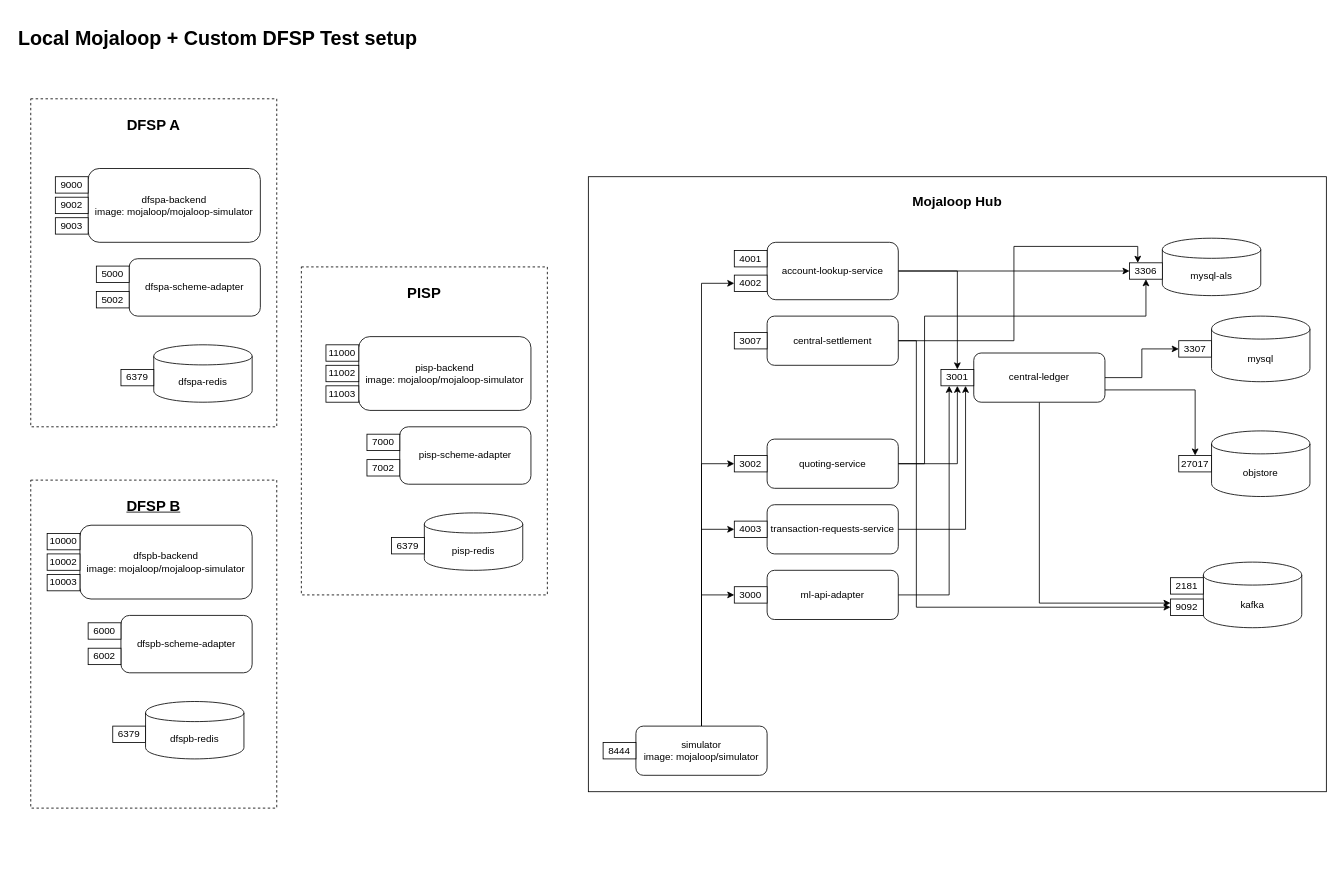
Before: docker-local/components_layout.drawio in mojaloop/pisp-project, a draw.io diagram. Source tidied: cells renumbered, new cells numbered last; positions are measured from the earlier drawing's top-left corner, leaving out a move shared by most shapes. Both pictures are drawn from the tidied source at 82%, with x=0, y=0 at pixel (14, 22).
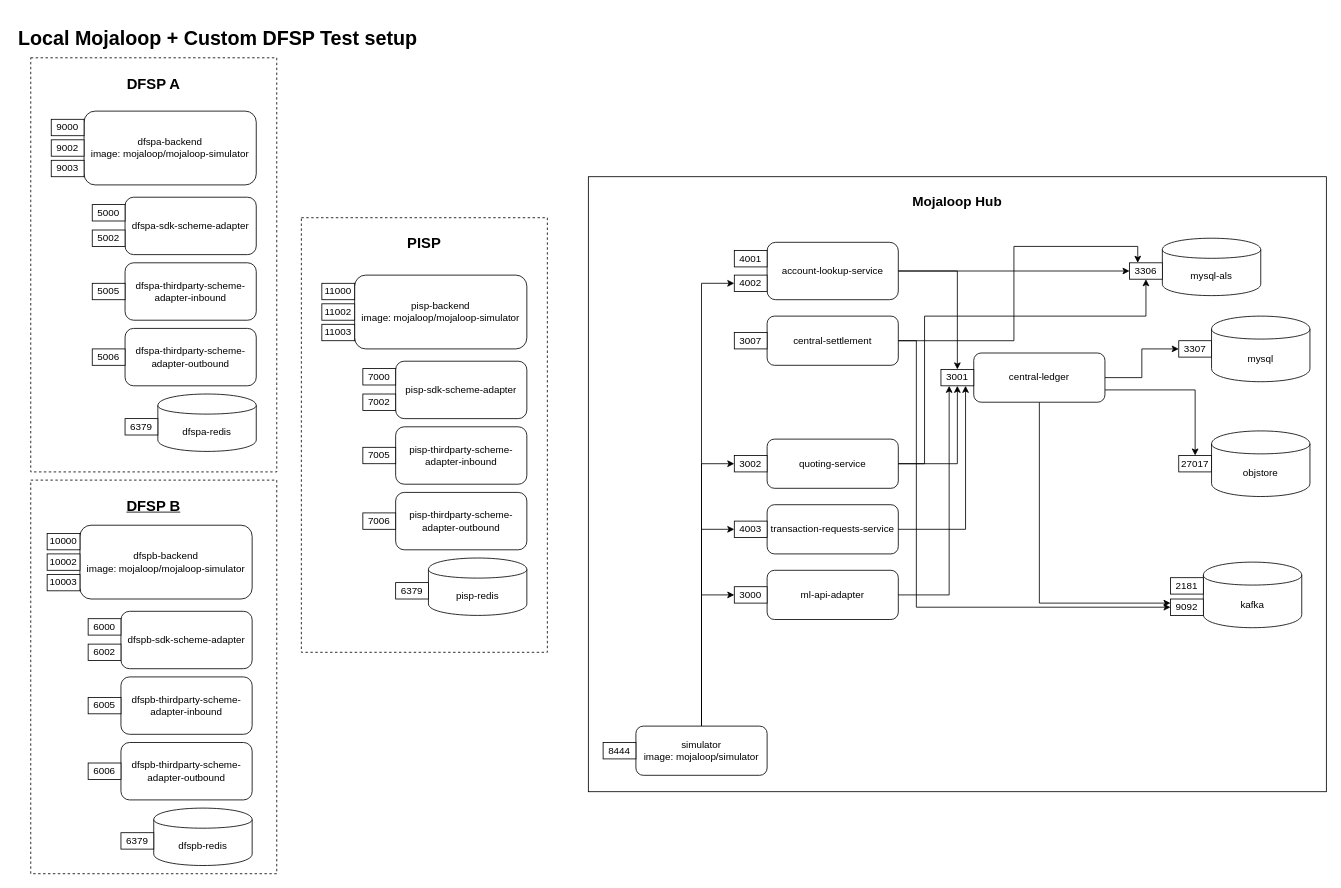
The same diagram, later.

Commit message (it also covers changes not shown here):
chore: add thirdparty scheme adapters to docker local

Change to the diagram source:
```diff
@@
     <mxCell id="35" style="group;" parent="1" vertex="1">
-      <mxGeometry x="20" y="93" width="300" height="400" as="geometry" />
+      <mxGeometry x="20" y="93" width="300" height="455" as="geometry" />
     </mxCell>
     <mxCell id="36" value="&lt;h2&gt;DFSP A&lt;/h2&gt;" style="rounded=0;whiteSpace=wrap;html=1;verticalAlign=top;dashed=1;" parent="35" vertex="1">
-      <mxGeometry width="300" height="400" as="geometry" />
+      <mxGeometry y="-50" width="300" height="505" as="geometry" />
     </mxCell>
-    <mxCell id="37" style="group;" parent="35" vertex="1">
-      <mxGeometry x="110" y="300" width="160" height="70" as="geometry" />
-    </mxCell>
+    <mxCell id="93" style="group;" parent="35" vertex="1">
+      <mxGeometry x="115" y="360" width="160" height="70" as="geometry" />
+    </mxCell>
-    <mxCell id="38" value="dfspa-redis" style="shape=cylinder;whiteSpace=wrap;html=1;boundedLbl=1;backgroundOutline=1;rounded=0;align=center;" parent="37" vertex="1">
+    <mxCell id="38" value="dfspa-redis" style="shape=cylinder;whiteSpace=wrap;html=1;boundedLbl=1;backgroundOutline=1;rounded=0;align=center;" parent="93" vertex="1">
       <mxGeometry x="40" width="120" height="70" as="geometry" />
     </mxCell>
-    <mxCell id="39" value="6379" style="rounded=0;whiteSpace=wrap;html=1;align=center;" parent="37" vertex="1">
-      <mxGeometry y="30" width="40" height="20" as="geometry" />
-    </mxCell>
-    <mxCell id="40" style="group;" parent="35" vertex="1">
-      <mxGeometry x="80" y="195" width="200" height="70" as="geometry" />
-    </mxCell>
-    <mxCell id="41" value="dfspa-scheme-adapter" style="rounded=1;whiteSpace=wrap;html=1;align=center;fontStyle=0;" parent="40" vertex="1">
-      <mxGeometry x="40" width="160" height="70" as="geometry" />
-    </mxCell>
+    <mxCell id="94" value="6379" style="rounded=0;whiteSpace=wrap;html=1;align=center;" parent="93" vertex="1">
+      <mxGeometry y="30" width="40" height="20" as="geometry" />
+    </mxCell>
+    <mxCell id="95" style="group;" parent="35" vertex="1">
+      <mxGeometry x="75" y="120" width="200" height="70" as="geometry" />
+    </mxCell>
+    <mxCell id="96" value="dfspa-sdk-scheme-adapter" style="rounded=1;whiteSpace=wrap;html=1;align=center;fontStyle=0;" parent="95" vertex="1">
+      <mxGeometry x="40" width="160" height="70" as="geometry" />
+    </mxCell>
-    <mxCell id="42" value="5000" style="rounded=0;whiteSpace=wrap;html=1;align=center;" parent="40" vertex="1">
+    <mxCell id="42" value="5000" style="rounded=0;whiteSpace=wrap;html=1;align=center;" parent="95" vertex="1">
       <mxGeometry y="9" width="40" height="20" as="geometry" />
     </mxCell>
-    <mxCell id="43" value="5002" style="rounded=0;whiteSpace=wrap;html=1;align=center;" parent="40" vertex="1">
+    <mxCell id="43" value="5002" style="rounded=0;whiteSpace=wrap;html=1;align=center;" parent="95" vertex="1">
       <mxGeometry y="40" width="40" height="20" as="geometry" />
     </mxCell>
     <mxCell id="44" value="dfspa-backend&lt;br&gt;image: mojaloop/mojaloop-simulator" style="rounded=1;whiteSpace=wrap;html=1;align=center;" parent="35" vertex="1">
-      <mxGeometry x="70" y="85" width="210" height="90" as="geometry" />
+      <mxGeometry x="65" y="15" width="210" height="90" as="geometry" />
     </mxCell>
     <mxCell id="45" value="9000" style="rounded=0;whiteSpace=wrap;html=1;align=center;" parent="35" vertex="1">
-      <mxGeometry x="30" y="95" width="40" height="20" as="geometry" />
+      <mxGeometry x="25" y="25" width="40" height="20" as="geometry" />
     </mxCell>
     <mxCell id="46" value="9002" style="rounded=0;whiteSpace=wrap;html=1;align=center;" parent="35" vertex="1">
-      <mxGeometry x="30" y="120" width="40" height="20" as="geometry" />
+      <mxGeometry x="25" y="50" width="40" height="20" as="geometry" />
     </mxCell>
     <mxCell id="47" value="9003" style="rounded=0;whiteSpace=wrap;html=1;align=center;" parent="35" vertex="1">
-      <mxGeometry x="30" y="145" width="40" height="20" as="geometry" />
+      <mxGeometry x="25" y="75" width="40" height="20" as="geometry" />
     </mxCell>
+    <mxCell id="97" style="group;" parent="35" vertex="1">
+      <mxGeometry x="75" y="200" width="200" height="70" as="geometry" />
+    </mxCell>
+    <mxCell id="98" value="dfspa-thirdparty-scheme-adapter-inbound" style="rounded=1;whiteSpace=wrap;html=1;align=center;fontStyle=0;" parent="97" vertex="1">
+      <mxGeometry x="40" width="160" height="70" as="geometry" />
+    </mxCell>
+    <mxCell id="99" value="5005" style="rounded=0;whiteSpace=wrap;html=1;align=center;" parent="97" vertex="1">
+      <mxGeometry y="25" width="40" height="20" as="geometry" />
+    </mxCell>
+    <mxCell id="100" style="group;" parent="35" vertex="1">
+      <mxGeometry x="75" y="280" width="200" height="70" as="geometry" />
+    </mxCell>
+    <mxCell id="101" value="dfspa-thirdparty-scheme-adapter-outbound" style="rounded=1;whiteSpace=wrap;html=1;align=center;fontStyle=0;" parent="100" vertex="1">
+      <mxGeometry x="40" width="160" height="70" as="geometry" />
+    </mxCell>
+    <mxCell id="102" value="5006" style="rounded=0;whiteSpace=wrap;html=1;align=center;" parent="100" vertex="1">
+      <mxGeometry y="25" width="40" height="20" as="geometry" />
+    </mxCell>
     <mxCell id="48" value="&lt;h2&gt;DFSP B&lt;/h2&gt;" style="rounded=0;whiteSpace=wrap;html=1;verticalAlign=top;dashed=1;fontStyle=4;" parent="1" vertex="1">
-      <mxGeometry x="20" y="558" width="300" height="400" as="geometry" />
+      <mxGeometry x="20" y="558" width="300" height="480" as="geometry" />
     </mxCell>
     <mxCell id="49" style="group;" parent="1" vertex="1">
-      <mxGeometry x="120" y="828" width="160" height="70" as="geometry" />
+      <mxGeometry x="130" y="958" width="160" height="70" as="geometry" />
     </mxCell>
@@
     <mxCell id="52" style="group;" parent="1" vertex="1">
-      <mxGeometry x="90" y="723" width="200" height="70" as="geometry" />
+      <mxGeometry x="90" y="718" width="200" height="70" as="geometry" />
     </mxCell>
-    <mxCell id="53" value="dfspb-scheme-adapter" style="rounded=1;whiteSpace=wrap;html=1;align=center;fontStyle=0;" parent="52" vertex="1">
+    <mxCell id="53" value="dfspb-sdk-scheme-adapter" style="rounded=1;whiteSpace=wrap;html=1;align=center;fontStyle=0;" parent="52" vertex="1">
       <mxGeometry x="40" width="160" height="70" as="geometry" />
     </mxCell>
@@
     <mxCell id="65" style="group;" parent="1" vertex="1">
-      <mxGeometry x="350" y="298" width="300" height="400" as="geometry" />
+      <mxGeometry x="350" y="238" width="300" height="530" as="geometry" />
     </mxCell>
     <mxCell id="66" value="&lt;h2&gt;PISP&lt;/h2&gt;" style="rounded=0;whiteSpace=wrap;html=1;verticalAlign=top;dashed=1;" parent="65" vertex="1">
-      <mxGeometry width="300" height="400" as="geometry" />
+      <mxGeometry width="300" height="530" as="geometry" />
     </mxCell>
-    <mxCell id="67" style="group;" parent="65" vertex="1">
-      <mxGeometry x="110" y="300" width="160" height="70" as="geometry" />
-    </mxCell>
+    <mxCell id="103" style="group;" parent="65" vertex="1">
+      <mxGeometry x="115" y="415" width="160" height="70" as="geometry" />
+    </mxCell>
-    <mxCell id="68" value="pisp-redis" style="shape=cylinder;whiteSpace=wrap;html=1;boundedLbl=1;backgroundOutline=1;rounded=0;align=center;" parent="67" vertex="1">
+    <mxCell id="68" value="pisp-redis" style="shape=cylinder;whiteSpace=wrap;html=1;boundedLbl=1;backgroundOutline=1;rounded=0;align=center;" parent="103" vertex="1">
       <mxGeometry x="40" width="120" height="70" as="geometry" />
     </mxCell>
-    <mxCell id="69" value="6379" style="rounded=0;whiteSpace=wrap;html=1;align=center;" parent="67" vertex="1">
-      <mxGeometry y="30" width="40" height="20" as="geometry" />
-    </mxCell>
-    <mxCell id="70" style="group;" parent="65" vertex="1">
-      <mxGeometry x="80" y="195" width="200" height="70" as="geometry" />
-    </mxCell>
-    <mxCell id="71" value="pisp-scheme-adapter" style="rounded=1;whiteSpace=wrap;html=1;align=center;fontStyle=0;" parent="70" vertex="1">
-      <mxGeometry x="40" width="160" height="70" as="geometry" />
-    </mxCell>
+    <mxCell id="104" value="6379" style="rounded=0;whiteSpace=wrap;html=1;align=center;" parent="103" vertex="1">
+      <mxGeometry y="30" width="40" height="20" as="geometry" />
+    </mxCell>
+    <mxCell id="105" style="group;" parent="65" vertex="1">
+      <mxGeometry x="75" y="175" width="200" height="70" as="geometry" />
+    </mxCell>
+    <mxCell id="106" value="pisp-sdk-scheme-adapter" style="rounded=1;whiteSpace=wrap;html=1;align=center;fontStyle=0;" parent="105" vertex="1">
+      <mxGeometry x="40" width="160" height="70" as="geometry" />
+    </mxCell>
-    <mxCell id="72" value="7000" style="rounded=0;whiteSpace=wrap;html=1;align=center;" parent="70" vertex="1">
+    <mxCell id="72" value="7000" style="rounded=0;whiteSpace=wrap;html=1;align=center;" parent="105" vertex="1">
       <mxGeometry y="9" width="40" height="20" as="geometry" />
     </mxCell>
-    <mxCell id="73" value="7002" style="rounded=0;whiteSpace=wrap;html=1;align=center;" parent="70" vertex="1">
+    <mxCell id="73" value="7002" style="rounded=0;whiteSpace=wrap;html=1;align=center;" parent="105" vertex="1">
       <mxGeometry y="40" width="40" height="20" as="geometry" />
     </mxCell>
     <mxCell id="74" value="pisp-backend&lt;br&gt;image: mojaloop/mojaloop-simulator" style="rounded=1;whiteSpace=wrap;html=1;align=center;" parent="65" vertex="1">
-      <mxGeometry x="70" y="85" width="210" height="90" as="geometry" />
+      <mxGeometry x="65" y="70" width="210" height="90" as="geometry" />
     </mxCell>
     <mxCell id="75" value="11000" style="rounded=0;whiteSpace=wrap;html=1;align=center;" parent="65" vertex="1">
-      <mxGeometry x="30" y="95" width="40" height="20" as="geometry" />
+      <mxGeometry x="25" y="80" width="40" height="20" as="geometry" />
     </mxCell>
     <mxCell id="76" value="11002" style="rounded=0;whiteSpace=wrap;html=1;align=center;" parent="65" vertex="1">
-      <mxGeometry x="30" y="120" width="40" height="20" as="geometry" />
+      <mxGeometry x="25" y="105" width="40" height="20" as="geometry" />
     </mxCell>
     <mxCell id="77" value="11003" style="rounded=0;whiteSpace=wrap;html=1;align=center;" parent="65" vertex="1">
-      <mxGeometry x="30" y="145" width="40" height="20" as="geometry" />
+      <mxGeometry x="25" y="130" width="40" height="20" as="geometry" />
     </mxCell>
+    <mxCell id="107" style="group;" parent="65" vertex="1">
+      <mxGeometry x="75" y="255" width="200" height="70" as="geometry" />
+    </mxCell>
+    <mxCell id="108" value="pisp-thirdparty-scheme-adapter-inbound" style="rounded=1;whiteSpace=wrap;html=1;align=center;fontStyle=0;" parent="107" vertex="1">
+      <mxGeometry x="40" width="160" height="70" as="geometry" />
+    </mxCell>
+    <mxCell id="109" value="7005" style="rounded=0;whiteSpace=wrap;html=1;align=center;" parent="107" vertex="1">
+      <mxGeometry y="25" width="40" height="20" as="geometry" />
+    </mxCell>
+    <mxCell id="110" style="group;" parent="65" vertex="1">
+      <mxGeometry x="75" y="335" width="200" height="70" as="geometry" />
+    </mxCell>
+    <mxCell id="111" value="pisp-thirdparty-scheme-adapter-outbound" style="rounded=1;whiteSpace=wrap;html=1;align=center;fontStyle=0;" parent="110" vertex="1">
+      <mxGeometry x="40" width="160" height="70" as="geometry" />
+    </mxCell>
+    <mxCell id="112" value="7006" style="rounded=0;whiteSpace=wrap;html=1;align=center;" parent="110" vertex="1">
+      <mxGeometry y="25" width="40" height="20" as="geometry" />
+    </mxCell>
@@
+    <mxCell id="113" style="group;" parent="1" vertex="1">
+      <mxGeometry x="90" y="798" width="200" height="70" as="geometry" />
+    </mxCell>
+    <mxCell id="114" value="dfspb-thirdparty-scheme-adapter-inbound" style="rounded=1;whiteSpace=wrap;html=1;align=center;fontStyle=0;" parent="113" vertex="1">
+      <mxGeometry x="40" width="160" height="70" as="geometry" />
+    </mxCell>
+    <mxCell id="115" value="6005" style="rounded=0;whiteSpace=wrap;html=1;align=center;" parent="113" vertex="1">
+      <mxGeometry y="25" width="40" height="20" as="geometry" />
+    </mxCell>
+    <mxCell id="116" style="group;" parent="1" vertex="1">
+      <mxGeometry x="90" y="878" width="200" height="70" as="geometry" />
+    </mxCell>
+    <mxCell id="117" value="dfspb-thirdparty-scheme-adapter-outbound" style="rounded=1;whiteSpace=wrap;html=1;align=center;fontStyle=0;" parent="116" vertex="1">
+      <mxGeometry x="40" width="160" height="70" as="geometry" />
+    </mxCell>
+    <mxCell id="118" value="6006" style="rounded=0;whiteSpace=wrap;html=1;align=center;" parent="116" vertex="1">
+      <mxGeometry y="25" width="40" height="20" as="geometry" />
+    </mxCell>
```
